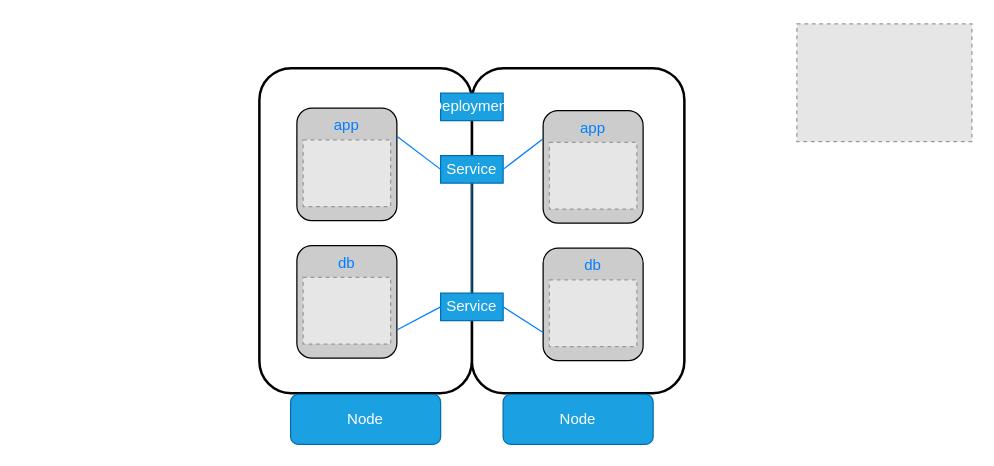
joeakc/AKS keeps this draw.io diagram as page "deployment" (5 of 5) of AKS Main Components.drawio. Above is the earlier version. Source tidied: cells renumbered, new cells numbered last; positions are measured from the earlier drawing's top-left corner, leaving out a move shared by most shapes. Both pictures are drawn from the tidied source at 125%, with x=0, y=0 at pixel (259, 24). Pictures stored in the file or linked from it are replaced by grey dashed boxes.
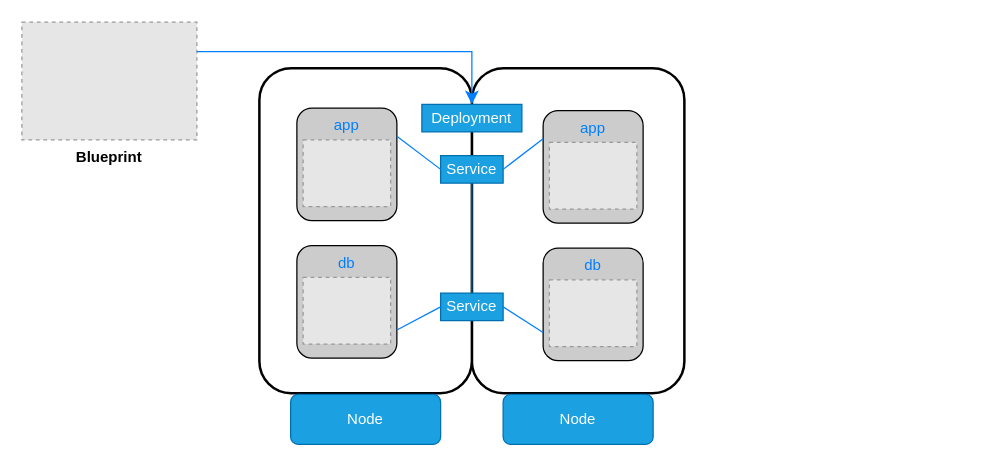
The same diagram, later.

Diff of the diagram source:
```diff
@@
-    <mxCell id="3" style="fillColor=#E6E6E6;strokeColor=#999999;dashed=1;verticalLabelPosition=bottom;labelBackgroundColor=default;verticalAlign=top;" parent="1" vertex="1">
-      <mxGeometry x="430" y="-0.5" width="140" height="94.2" as="geometry" />
+    <mxCell id="3" value="Blueprint" style="fillColor=#E6E6E6;strokeColor=#999999;dashed=1;verticalLabelPosition=bottom;labelBackgroundColor=default;verticalAlign=top;fontStyle=1;" parent="1" vertex="1">
+      <mxGeometry x="-190" y="-1.8" width="140" height="94.2" as="geometry" />
     </mxCell>
@@
     <mxCell id="22" value="Deployment" style="rounded=0;whiteSpace=wrap;html=1;fillColor=#1ba1e2;fontColor=#ffffff;strokeColor=#006EAF;" parent="1" vertex="1">
-      <mxGeometry x="145" y="55" width="50" height="22" as="geometry" />
+      <mxGeometry x="130" y="64" width="80" height="22" as="geometry" />
     </mxCell>
+    <mxCell id="23" style="edgeStyle=segmentEdgeStyle;endArrow=classic;html=1;curved=0;rounded=0;endSize=8;startSize=8;entryX=0.5;entryY=0;entryDx=0;entryDy=0;exitX=1;exitY=0.25;exitDx=0;exitDy=0;strokeColor=#007FFF;" parent="1" edge="1" source="3" target="22">
+      <mxGeometry relative="1" as="geometry" />
+    </mxCell>
```
